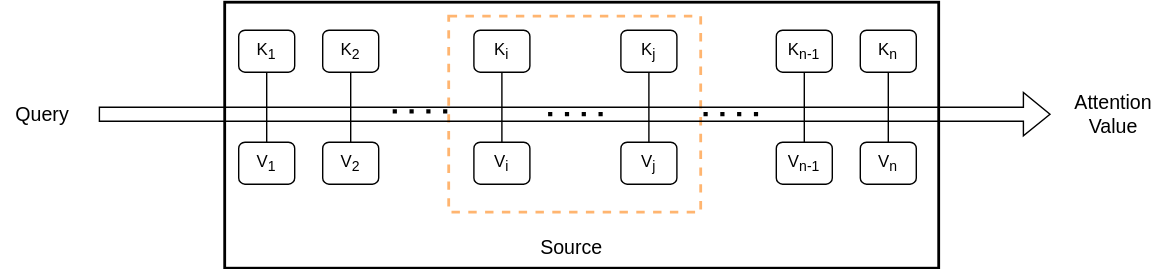
Before: images/Attention_1.svg, a diagram exported from draw.io (caosheng01/Learn_LLM_from_scratch). Source tidied: cells renumbered, new cells last; positions are measured from the earlier drawing's top-left corner, leaving out a move shared by most shapes.
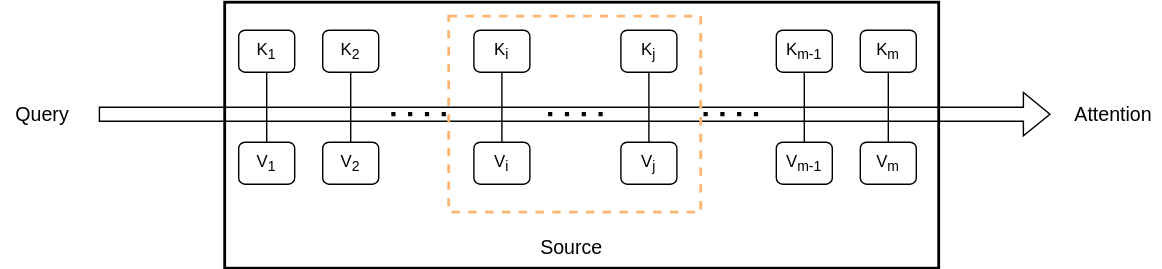
After the commit.

Change to the diagram source:
```diff
@@ -2,112 +2,112 @@
   <root>
     <mxCell id="0" />
     <mxCell id="1" parent="0" />
-    <mxCell id="2" style="rounded=0;whiteSpace=wrap;html=1;fillColor=none;strokeWidth=2;strokeColor=#000000;" parent="1" vertex="1">
-      <mxGeometry x="160" width="510" height="190" as="geometry" />
+    <mxCell id="2" style="shape=flexArrow;endArrow=classic;html=1;rounded=0;strokeColor=#000000;" parent="1" edge="1">
+      <mxGeometry relative="1" as="geometry">
+        <mxPoint x="70" y="80" as="sourcePoint" />
+        <mxPoint x="750" y="80" as="targetPoint" />
+      </mxGeometry>
     </mxCell>
-    <mxCell id="3" style="group;" parent="1" vertex="1">
-      <mxGeometry x="170" y="20" width="40" height="110" as="geometry" />
+    <mxCell id="3" style="rounded=0;whiteSpace=wrap;html=1;fillColor=none;strokeWidth=2;strokeColor=#000000;" parent="1" vertex="1">
+      <mxGeometry x="160" width="510" height="190" as="geometry" />
     </mxCell>
-    <mxCell id="4" value="K&lt;sub&gt;1&lt;/sub&gt;" style="rounded=1;whiteSpace=wrap;html=1;" parent="3" vertex="1">
-      <mxGeometry width="40" height="30" as="geometry" />
+    <mxCell id="4" style="group;" parent="1" vertex="1">
+      <mxGeometry x="170" y="20" width="40" height="110" as="geometry" />
     </mxCell>
-    <mxCell id="5" value="V&lt;sub&gt;1&lt;/sub&gt;" style="rounded=1;whiteSpace=wrap;html=1;" parent="3" vertex="1">
-      <mxGeometry y="80" width="40" height="30" as="geometry" />
+    <mxCell id="5" value="K&lt;sub&gt;1&lt;/sub&gt;" style="rounded=1;whiteSpace=wrap;html=1;" parent="4" vertex="1">
+      <mxGeometry width="40" height="30" as="geometry" />
     </mxCell>
-    <mxCell id="6" style="edgeStyle=orthogonalEdgeStyle;rounded=0;jettySize=auto;html=1;exitX=0.5;exitY=1;exitDx=0;exitDy=0;entryX=0.5;entryY=0;entryDx=0;entryDy=0;endArrow=none;endFill=0;" parent="3" edge="1" source="4" target="5">
-      <mxGeometry relative="1" as="geometry" />
+    <mxCell id="6" value="V&lt;sub&gt;1&lt;/sub&gt;" style="rounded=1;whiteSpace=wrap;html=1;" parent="4" vertex="1">
+      <mxGeometry y="80" width="40" height="30" as="geometry" />
     </mxCell>
-    <mxCell id="7" style="group;" parent="1" vertex="1">
-      <mxGeometry x="230" y="20" width="40" height="110" as="geometry" />
+    <mxCell id="7" style="edgeStyle=orthogonalEdgeStyle;rounded=0;jettySize=auto;html=1;exitX=0.5;exitY=1;exitDx=0;exitDy=0;entryX=0.5;entryY=0;entryDx=0;entryDy=0;endArrow=none;endFill=0;" parent="4" edge="1" source="5" target="6">
+      <mxGeometry relative="1" as="geometry" />
     </mxCell>
-    <mxCell id="8" value="K&lt;sub&gt;2&lt;/sub&gt;" style="rounded=1;whiteSpace=wrap;html=1;" parent="7" vertex="1">
-      <mxGeometry width="40" height="30" as="geometry" />
+    <mxCell id="8" style="group;" parent="1" vertex="1">
+      <mxGeometry x="230" y="20" width="40" height="110" as="geometry" />
     </mxCell>
-    <mxCell id="9" value="V&lt;sub&gt;2&lt;/sub&gt;" style="rounded=1;whiteSpace=wrap;html=1;" parent="7" vertex="1">
-      <mxGeometry y="80" width="40" height="30" as="geometry" />
+    <mxCell id="9" value="K&lt;sub&gt;2&lt;/sub&gt;" style="rounded=1;whiteSpace=wrap;html=1;" parent="8" vertex="1">
+      <mxGeometry width="40" height="30" as="geometry" />
     </mxCell>
-    <mxCell id="10" style="edgeStyle=orthogonalEdgeStyle;rounded=0;jettySize=auto;html=1;exitX=0.5;exitY=1;exitDx=0;exitDy=0;entryX=0.5;entryY=0;entryDx=0;entryDy=0;endArrow=none;endFill=0;" parent="7" edge="1" source="8" target="9">
-      <mxGeometry relative="1" as="geometry" />
+    <mxCell id="10" value="V&lt;sub&gt;2&lt;/sub&gt;" style="rounded=1;whiteSpace=wrap;html=1;" parent="8" vertex="1">
+      <mxGeometry y="80" width="40" height="30" as="geometry" />
     </mxCell>
-    <mxCell id="11" style="group;" parent="1" vertex="1">
-      <mxGeometry x="338" y="20" width="40" height="110" as="geometry" />
+    <mxCell id="11" style="edgeStyle=orthogonalEdgeStyle;rounded=0;jettySize=auto;html=1;exitX=0.5;exitY=1;exitDx=0;exitDy=0;entryX=0.5;entryY=0;entryDx=0;entryDy=0;endArrow=none;endFill=0;" parent="8" edge="1" source="9" target="10">
+      <mxGeometry relative="1" as="geometry" />
     </mxCell>
-    <mxCell id="12" value="K&lt;sub&gt;i&lt;/sub&gt;" style="rounded=1;whiteSpace=wrap;html=1;" parent="11" vertex="1">
-      <mxGeometry width="40" height="30" as="geometry" />
+    <mxCell id="12" style="group;" parent="1" vertex="1">
+      <mxGeometry x="338" y="20" width="40" height="110" as="geometry" />
     </mxCell>
-    <mxCell id="13" value="V&lt;sub&gt;i&lt;/sub&gt;" style="rounded=1;whiteSpace=wrap;html=1;" parent="11" vertex="1">
-      <mxGeometry y="80" width="40" height="30" as="geometry" />
+    <mxCell id="13" value="K&lt;sub&gt;i&lt;/sub&gt;" style="rounded=1;whiteSpace=wrap;html=1;" parent="12" vertex="1">
+      <mxGeometry width="40" height="30" as="geometry" />
     </mxCell>
-    <mxCell id="14" style="edgeStyle=orthogonalEdgeStyle;rounded=0;jettySize=auto;html=1;exitX=0.5;exitY=1;exitDx=0;exitDy=0;entryX=0.5;entryY=0;entryDx=0;entryDy=0;endArrow=none;endFill=0;" parent="11" edge="1" source="12" target="13">
-      <mxGeometry relative="1" as="geometry" />
+    <mxCell id="14" value="V&lt;sub&gt;i&lt;/sub&gt;" style="rounded=1;whiteSpace=wrap;html=1;" parent="12" vertex="1">
+      <mxGeometry y="80" width="40" height="30" as="geometry" />
     </mxCell>
-    <mxCell id="15" style="group;" parent="1" vertex="1">
-      <mxGeometry x="443" y="20" width="40" height="110" as="geometry" />
+    <mxCell id="15" style="edgeStyle=orthogonalEdgeStyle;rounded=0;jettySize=auto;html=1;exitX=0.5;exitY=1;exitDx=0;exitDy=0;entryX=0.5;entryY=0;entryDx=0;entryDy=0;endArrow=none;endFill=0;" parent="12" edge="1" source="13" target="14">
+      <mxGeometry relative="1" as="geometry" />
     </mxCell>
-    <mxCell id="16" value="K&lt;sub&gt;j&lt;/sub&gt;" style="rounded=1;whiteSpace=wrap;html=1;" parent="15" vertex="1">
-      <mxGeometry width="40" height="30" as="geometry" />
+    <mxCell id="16" style="group;" parent="1" vertex="1">
+      <mxGeometry x="443" y="20" width="40" height="110" as="geometry" />
     </mxCell>
-    <mxCell id="17" value="V&lt;sub&gt;j&lt;/sub&gt;" style="rounded=1;whiteSpace=wrap;html=1;" parent="15" vertex="1">
-      <mxGeometry y="80" width="40" height="30" as="geometry" />
+    <mxCell id="17" value="K&lt;sub&gt;j&lt;/sub&gt;" style="rounded=1;whiteSpace=wrap;html=1;" parent="16" vertex="1">
+      <mxGeometry width="40" height="30" as="geometry" />
     </mxCell>
-    <mxCell id="18" style="edgeStyle=orthogonalEdgeStyle;rounded=0;jettySize=auto;html=1;exitX=0.5;exitY=1;exitDx=0;exitDy=0;entryX=0.5;entryY=0;entryDx=0;entryDy=0;endArrow=none;endFill=0;" parent="15" edge="1" source="16" target="17">
-      <mxGeometry relative="1" as="geometry" />
+    <mxCell id="18" value="V&lt;sub&gt;j&lt;/sub&gt;" style="rounded=1;whiteSpace=wrap;html=1;" parent="16" vertex="1">
+      <mxGeometry y="80" width="40" height="30" as="geometry" />
     </mxCell>
-    <mxCell id="19" style="group;" parent="1" vertex="1">
-      <mxGeometry x="554" y="20" width="40" height="110" as="geometry" />
+    <mxCell id="19" style="edgeStyle=orthogonalEdgeStyle;rounded=0;jettySize=auto;html=1;exitX=0.5;exitY=1;exitDx=0;exitDy=0;entryX=0.5;entryY=0;entryDx=0;entryDy=0;endArrow=none;endFill=0;" parent="16" edge="1" source="17" target="18">
+      <mxGeometry relative="1" as="geometry" />
     </mxCell>
-    <mxCell id="20" value="K&lt;sub&gt;n-1&lt;/sub&gt;" style="rounded=1;whiteSpace=wrap;html=1;" parent="19" vertex="1">
-      <mxGeometry width="40" height="30" as="geometry" />
+    <mxCell id="20" style="group;" parent="1" vertex="1">
+      <mxGeometry x="554" y="20" width="40" height="110" as="geometry" />
     </mxCell>
-    <mxCell id="21" value="V&lt;sub&gt;n-1&lt;/sub&gt;" style="rounded=1;whiteSpace=wrap;html=1;" parent="19" vertex="1">
-      <mxGeometry y="80" width="40" height="30" as="geometry" />
+    <mxCell id="21" value="K&lt;sub&gt;m-1&lt;/sub&gt;" style="rounded=1;whiteSpace=wrap;html=1;" parent="20" vertex="1">
+      <mxGeometry width="40" height="30" as="geometry" />
     </mxCell>
-    <mxCell id="22" style="edgeStyle=orthogonalEdgeStyle;rounded=0;jettySize=auto;html=1;exitX=0.5;exitY=1;exitDx=0;exitDy=0;entryX=0.5;entryY=0;entryDx=0;entryDy=0;endArrow=none;endFill=0;" parent="19" edge="1" source="20" target="21">
-      <mxGeometry relative="1" as="geometry" />
+    <mxCell id="22" value="V&lt;sub&gt;m-1&lt;/sub&gt;" style="rounded=1;whiteSpace=wrap;html=1;" parent="20" vertex="1">
+      <mxGeometry y="80" width="40" height="30" as="geometry" />
     </mxCell>
-    <mxCell id="23" style="group;" parent="1" vertex="1">
-      <mxGeometry x="614" y="20" width="40" height="110" as="geometry" />
+    <mxCell id="23" style="edgeStyle=orthogonalEdgeStyle;rounded=0;jettySize=auto;html=1;exitX=0.5;exitY=1;exitDx=0;exitDy=0;entryX=0.5;entryY=0;entryDx=0;entryDy=0;endArrow=none;endFill=0;" parent="20" edge="1" source="21" target="22">
+      <mxGeometry relative="1" as="geometry" />
     </mxCell>
-    <mxCell id="24" value="K&lt;sub&gt;n&lt;/sub&gt;" style="rounded=1;whiteSpace=wrap;html=1;" parent="23" vertex="1">
-      <mxGeometry width="40" height="30" as="geometry" />
+    <mxCell id="24" style="group;" parent="1" vertex="1">
+      <mxGeometry x="614" y="20" width="40" height="110" as="geometry" />
     </mxCell>
-    <mxCell id="25" value="V&lt;sub&gt;n&lt;/sub&gt;" style="rounded=1;whiteSpace=wrap;html=1;" parent="23" vertex="1">
-      <mxGeometry y="80" width="40" height="30" as="geometry" />
+    <mxCell id="25" value="K&lt;sub&gt;m&lt;/sub&gt;" style="rounded=1;whiteSpace=wrap;html=1;" parent="24" vertex="1">
+      <mxGeometry width="40" height="30" as="geometry" />
     </mxCell>
-    <mxCell id="26" style="edgeStyle=orthogonalEdgeStyle;rounded=0;jettySize=auto;html=1;exitX=0.5;exitY=1;exitDx=0;exitDy=0;entryX=0.5;entryY=0;entryDx=0;entryDy=0;endArrow=none;endFill=0;" parent="23" edge="1" source="24" target="25">
-      <mxGeometry relative="1" as="geometry" />
+    <mxCell id="26" value="V&lt;sub&gt;m&lt;/sub&gt;" style="rounded=1;whiteSpace=wrap;html=1;" parent="24" vertex="1">
+      <mxGeometry y="80" width="40" height="30" as="geometry" />
     </mxCell>
-    <mxCell id="27" style="endArrow=none;dashed=1;html=1;dashPattern=1 3;strokeWidth=3;rounded=0;" parent="1" edge="1">
-      <mxGeometry relative="1" as="geometry">
-        <mxPoint x="391" y="80" as="sourcePoint" />
-        <mxPoint x="431" y="80" as="targetPoint" />
-      </mxGeometry>
+    <mxCell id="27" style="edgeStyle=orthogonalEdgeStyle;rounded=0;jettySize=auto;html=1;exitX=0.5;exitY=1;exitDx=0;exitDy=0;entryX=0.5;entryY=0;entryDx=0;entryDy=0;endArrow=none;endFill=0;" parent="24" edge="1" source="25" target="26">
+      <mxGeometry relative="1" as="geometry" />
     </mxCell>
     <mxCell id="28" style="endArrow=none;dashed=1;html=1;dashPattern=1 3;strokeWidth=3;rounded=0;" parent="1" edge="1">
       <mxGeometry relative="1" as="geometry">
-        <mxPoint x="502" y="80" as="sourcePoint" />
-        <mxPoint x="542" y="80" as="targetPoint" />
+        <mxPoint x="391" y="80" as="sourcePoint" />
+        <mxPoint x="431" y="80" as="targetPoint" />
       </mxGeometry>
     </mxCell>
     <mxCell id="29" style="endArrow=none;dashed=1;html=1;dashPattern=1 3;strokeWidth=3;rounded=0;" parent="1" edge="1">
       <mxGeometry relative="1" as="geometry">
-        <mxPoint x="280" y="78" as="sourcePoint" />
-        <mxPoint x="320" y="78" as="targetPoint" />
+        <mxPoint x="502" y="80" as="sourcePoint" />
+        <mxPoint x="542" y="80" as="targetPoint" />
       </mxGeometry>
     </mxCell>
-    <mxCell id="30" style="rounded=0;whiteSpace=wrap;html=1;fillColor=none;dashed=1;strokeWidth=2;strokeColor=#FFB570;" parent="1" vertex="1">
-      <mxGeometry x="320" y="10" width="180" height="140" as="geometry" />
+    <mxCell id="30" style="endArrow=none;dashed=1;html=1;dashPattern=1 3;strokeWidth=3;rounded=0;" parent="1" edge="1">
+      <mxGeometry relative="1" as="geometry">
+        <mxPoint x="279" y="80" as="sourcePoint" />
+        <mxPoint x="319" y="80" as="targetPoint" />
+      </mxGeometry>
     </mxCell>
-    <mxCell id="31" style="shape=flexArrow;endArrow=classic;html=1;rounded=0;strokeColor=#000000;" parent="1" edge="1">
-      <mxGeometry relative="1" as="geometry">
-        <mxPoint x="70" y="80" as="sourcePoint" />
-        <mxPoint x="750" y="80" as="targetPoint" />
-      </mxGeometry>
+    <mxCell id="31" style="rounded=0;whiteSpace=wrap;html=1;fillColor=none;dashed=1;strokeWidth=2;strokeColor=#FFB570;" parent="1" vertex="1">
+      <mxGeometry x="320" y="10" width="180" height="140" as="geometry" />
     </mxCell>
     <mxCell id="32" value="&lt;font style=&quot;font-size: 14px;&quot;&gt;Query&lt;/font&gt;" style="text;html=1;strokeColor=none;fillColor=none;align=center;verticalAlign=middle;whiteSpace=wrap;rounded=0;" parent="1" vertex="1">
       <mxGeometry y="65" width="60" height="30" as="geometry" />
     </mxCell>
-    <mxCell id="33" value="&lt;font style=&quot;font-size: 14px;&quot;&gt;Attention&lt;br&gt;Value&lt;br&gt;&lt;/font&gt;" style="text;html=1;strokeColor=none;fillColor=none;align=center;verticalAlign=middle;whiteSpace=wrap;rounded=0;" parent="1" vertex="1">
+    <mxCell id="33" value="&lt;font style=&quot;font-size: 14px;&quot;&gt;Attention&lt;br&gt;&lt;/font&gt;" style="text;html=1;strokeColor=none;fillColor=none;align=center;verticalAlign=middle;whiteSpace=wrap;rounded=0;" parent="1" vertex="1">
       <mxGeometry x="760" y="65" width="70" height="30" as="geometry" />
     </mxCell>
     <mxCell id="34" value="&lt;font style=&quot;font-size: 14px;&quot;&gt;Source&lt;/font&gt;" style="text;html=1;strokeColor=none;fillColor=none;align=center;verticalAlign=middle;whiteSpace=wrap;rounded=0;" parent="1" vertex="1">
```
